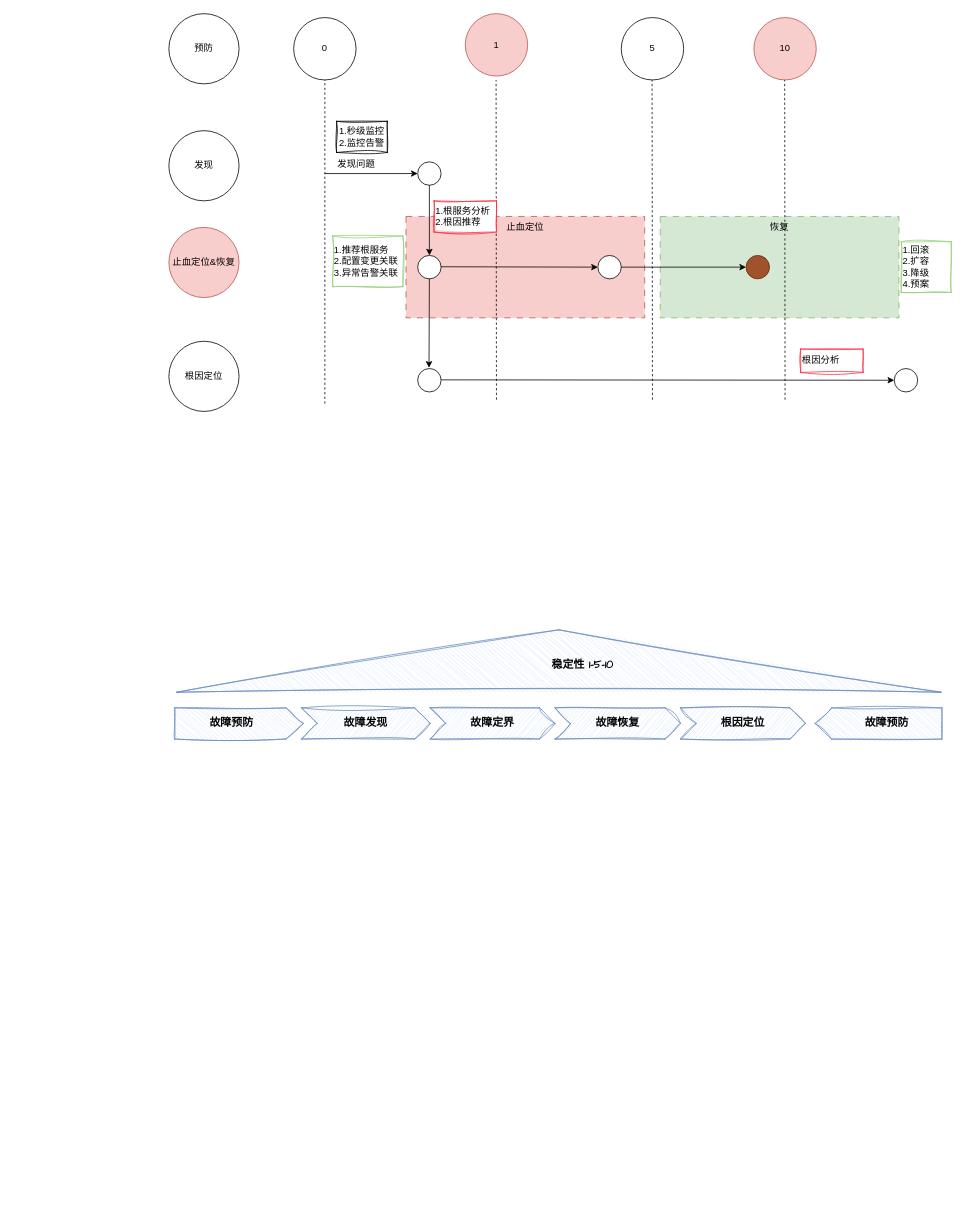
The draw.io diagram page "1-5-10" (1 of 5) of tech/arch/稳定性.drawio in zhuanzhuan-tech/arch-draw-io, before the edit. Source tidied: cells renumbered, new cells numbered last; positions are measured from the earlier drawing's top-left corner, leaving out a move shared by most shapes. Both pictures are drawn from the tidied source at 78%, with x=0, y=0 at pixel (168, 13).
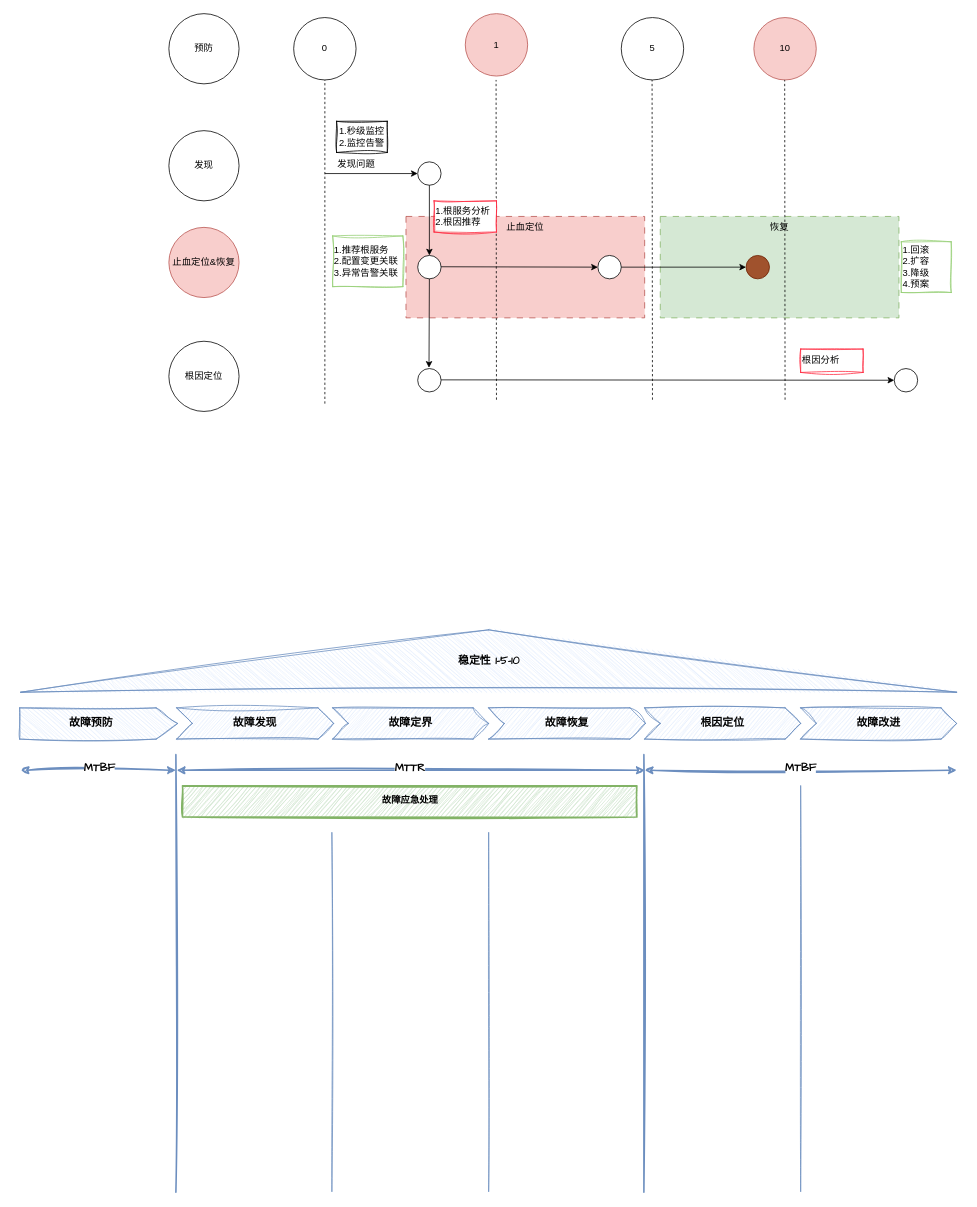
After the change.

Commit message:
更新稳定性.drawio

The edit, as a diff of the source:
```diff
@@
     <mxCell id="34" style="triangle;whiteSpace=wrap;html=1;sketch=1;hachureGap=4;jiggle=2;curveFitting=1;fontFamily=Architects Daughter;rotation=-90;fillColor=#dae8fc;strokeColor=#6c8ebf;textDirection=vertical-lr;" parent="1" vertex="1">
-      <mxGeometry x="460" y="340" width="80" height="980" as="geometry" />
+      <mxGeometry x="370" y="230" width="80" height="1200" as="geometry" />
     </mxCell>
     <mxCell id="35" value="稳定性 1-5-10" style="text;html=1;align=center;verticalAlign=middle;strokeColor=none;fillColor=none;fontFamily=Architects Daughter;fontStyle=1;fontSize=14;" parent="1" vertex="1">
-      <mxGeometry x="480" y="820" width="100" height="30" as="geometry" />
+      <mxGeometry x="360" y="815" width="100" height="30" as="geometry" />
     </mxCell>
     <mxCell id="36" value="&lt;font style=&quot;font-size: 14px;&quot;&gt;&lt;b&gt;故障发现&lt;/b&gt;&lt;/font&gt;" style="shape=step;perimeter=stepPerimeter;whiteSpace=wrap;html=1;fixedSize=1;sketch=1;hachureGap=4;jiggle=2;curveFitting=1;fontFamily=Architects Daughter;fillColor=#dae8fc;strokeColor=#6c8ebf;" parent="1" vertex="1">
-      <mxGeometry x="170" y="890" width="165" height="40" as="geometry" />
+      <mxGeometry x="10" y="890" width="201.2" height="40" as="geometry" />
     </mxCell>
     <mxCell id="37" value="&lt;font style=&quot;font-size: 14px;&quot;&gt;&lt;b&gt;故障定界&lt;/b&gt;&lt;/font&gt;" style="shape=step;perimeter=stepPerimeter;whiteSpace=wrap;html=1;fixedSize=1;sketch=1;hachureGap=4;jiggle=2;curveFitting=1;fontFamily=Architects Daughter;fillColor=#dae8fc;strokeColor=#6c8ebf;" parent="1" vertex="1">
-      <mxGeometry x="335" y="890" width="160" height="40" as="geometry" />
+      <mxGeometry x="210" y="890" width="200" height="40" as="geometry" />
     </mxCell>
     <mxCell id="38" value="&lt;font style=&quot;font-size: 14px;&quot;&gt;&lt;b&gt;故障恢复&lt;/b&gt;&lt;/font&gt;" style="shape=step;perimeter=stepPerimeter;whiteSpace=wrap;html=1;fixedSize=1;sketch=1;hachureGap=4;jiggle=2;curveFitting=1;fontFamily=Architects Daughter;fillColor=#dae8fc;strokeColor=#6c8ebf;" parent="1" vertex="1">
-      <mxGeometry x="495" y="890" width="161" height="40" as="geometry" />
+      <mxGeometry x="410" y="890" width="201" height="40" as="geometry" />
     </mxCell>
     <mxCell id="39" value="&lt;font style=&quot;font-size: 14px;&quot;&gt;&lt;b&gt;根因定位&lt;/b&gt;&lt;/font&gt;" style="shape=step;perimeter=stepPerimeter;whiteSpace=wrap;html=1;fixedSize=1;sketch=1;hachureGap=4;jiggle=2;curveFitting=1;fontFamily=Architects Daughter;fillColor=#dae8fc;strokeColor=#6c8ebf;" parent="1" vertex="1">
-      <mxGeometry x="656" y="890" width="160" height="40" as="geometry" />
+      <mxGeometry x="610" y="890" width="200" height="40" as="geometry" />
     </mxCell>
     <mxCell id="40" style="shape=offPageConnector;whiteSpace=wrap;html=1;sketch=1;hachureGap=4;jiggle=2;curveFitting=1;fontFamily=Architects Daughter;size=0.13636363636363635;rotation=-90;fillColor=#dae8fc;strokeColor=#6c8ebf;" parent="1" vertex="1">
-      <mxGeometry x="70" y="827.5" width="40" height="165" as="geometry" />
+      <mxGeometry x="-110" y="808.8" width="40" height="202.5" as="geometry" />
     </mxCell>
     <mxCell id="41" value="&lt;font style=&quot;font-size: 14px;&quot;&gt;&lt;b&gt;故障预防&lt;/b&gt;&lt;/font&gt;" style="text;html=1;align=center;verticalAlign=middle;strokeColor=none;fillColor=none;fontFamily=Architects Daughter;" parent="1" vertex="1">
-      <mxGeometry x="40" y="895" width="80" height="30" as="geometry" />
+      <mxGeometry x="-140" y="895" width="80" height="30" as="geometry" />
     </mxCell>
-    <mxCell id="42" style="shape=offPageConnector;whiteSpace=wrap;html=1;sketch=1;hachureGap=4;jiggle=2;curveFitting=1;fontFamily=Architects Daughter;size=0.13076923076923078;rotation=90;fillColor=#dae8fc;strokeColor=#6c8ebf;" parent="1" vertex="1">
-      <mxGeometry x="889.8" y="828.8" width="40" height="162.5" as="geometry" />
-    </mxCell>
-    <mxCell id="43" value="&lt;font style=&quot;font-size: 14px;&quot;&gt;&lt;b&gt;故障预防&lt;/b&gt;&lt;/font&gt;" style="text;html=1;align=center;verticalAlign=middle;strokeColor=none;fillColor=none;fontFamily=Architects Daughter;" parent="1" vertex="1">
-      <mxGeometry x="880" y="895" width="80" height="30" as="geometry" />
-    </mxCell>
+    <mxCell id="44" value="&lt;font style=&quot;font-size: 14px;&quot;&gt;&lt;b&gt;故障改进&lt;/b&gt;&lt;/font&gt;" style="shape=step;perimeter=stepPerimeter;whiteSpace=wrap;html=1;fixedSize=1;sketch=1;hachureGap=4;jiggle=2;curveFitting=1;fontFamily=Architects Daughter;fillColor=#dae8fc;strokeColor=#6c8ebf;" parent="1" vertex="1">
+      <mxGeometry x="810" y="890" width="200" height="40" as="geometry" />
+    </mxCell>
+    <mxCell id="45" style="endArrow=none;html=1;rounded=0;sketch=1;hachureGap=4;jiggle=2;curveFitting=1;fontFamily=Architects Daughter;fillColor=#dae8fc;strokeColor=#6c8ebf;strokeWidth=2;" parent="1" edge="1">
+      <mxGeometry relative="1" as="geometry">
+        <mxPoint x="9" y="1511" as="sourcePoint" />
+        <mxPoint x="9" y="950" as="targetPoint" />
+      </mxGeometry>
+    </mxCell>
+    <mxCell id="46" style="endArrow=none;html=1;rounded=0;sketch=1;hachureGap=4;jiggle=2;curveFitting=1;fontFamily=Architects Daughter;fillColor=#dae8fc;strokeColor=#6c8ebf;strokeWidth=2;" parent="1" edge="1">
+      <mxGeometry relative="1" as="geometry">
+        <mxPoint x="609" y="1511" as="sourcePoint" />
+        <mxPoint x="609" y="950" as="targetPoint" />
+      </mxGeometry>
+    </mxCell>
+    <mxCell id="47" style="endArrow=none;html=1;rounded=0;sketch=1;hachureGap=4;jiggle=2;curveFitting=1;fontFamily=Architects Daughter;fillColor=#dae8fc;strokeColor=#6c8ebf;strokeWidth=1;" parent="1" edge="1">
+      <mxGeometry relative="1" as="geometry">
+        <mxPoint x="209" y="1510" as="sourcePoint" />
+        <mxPoint x="209" y="1050" as="targetPoint" />
+      </mxGeometry>
+    </mxCell>
+    <mxCell id="48" style="endArrow=none;html=1;rounded=0;sketch=1;hachureGap=4;jiggle=2;curveFitting=1;fontFamily=Architects Daughter;fillColor=#dae8fc;strokeColor=#6c8ebf;strokeWidth=1;" parent="1" edge="1">
+      <mxGeometry relative="1" as="geometry">
+        <mxPoint x="410" y="1510" as="sourcePoint" />
+        <mxPoint x="410" y="1050" as="targetPoint" />
+      </mxGeometry>
+    </mxCell>
+    <mxCell id="49" style="endArrow=none;html=1;rounded=0;sketch=1;hachureGap=4;jiggle=2;curveFitting=1;fontFamily=Architects Daughter;fillColor=#dae8fc;strokeColor=#6c8ebf;strokeWidth=1;" parent="1" edge="1">
+      <mxGeometry relative="1" as="geometry">
+        <mxPoint x="810" y="1510" as="sourcePoint" />
+        <mxPoint x="810" y="990" as="targetPoint" />
+      </mxGeometry>
+    </mxCell>
+    <mxCell id="50" style="endArrow=classic;startArrow=classic;html=1;rounded=0;sketch=1;hachureGap=4;jiggle=2;curveFitting=1;fontFamily=Architects Daughter;strokeWidth=2;fillColor=#dae8fc;strokeColor=#6c8ebf;" parent="1" edge="1">
+      <mxGeometry relative="1" as="geometry">
+        <mxPoint x="-190" y="970" as="sourcePoint" />
+        <mxPoint x="9" y="970" as="targetPoint" />
+      </mxGeometry>
+    </mxCell>
+    <mxCell id="51" value="&lt;b&gt;&lt;font style=&quot;font-size: 14px;&quot;&gt;MTBF&lt;/font&gt;&lt;/b&gt;" style="edgeLabel;html=1;align=center;verticalAlign=middle;sketch=1;hachureGap=4;jiggle=2;curveFitting=1;fontFamily=Architects Daughter;" parent="50" vertex="1">
+      <mxGeometry x="-0.01" y="3" relative="1" as="geometry">
+        <mxPoint x="1" as="offset" />
+      </mxGeometry>
+    </mxCell>
+    <mxCell id="52" style="endArrow=classic;startArrow=classic;html=1;rounded=0;sketch=1;hachureGap=4;jiggle=2;curveFitting=1;fontFamily=Architects Daughter;strokeWidth=2;fillColor=#dae8fc;strokeColor=#6c8ebf;" parent="1" edge="1">
+      <mxGeometry relative="1" as="geometry">
+        <mxPoint x="10" y="970" as="sourcePoint" />
+        <mxPoint x="610" y="970" as="targetPoint" />
+      </mxGeometry>
+    </mxCell>
+    <mxCell id="53" value="&lt;span style=&quot;font-size: 14px;&quot;&gt;&lt;b&gt;MTTR&lt;/b&gt;&lt;/span&gt;" style="edgeLabel;html=1;align=center;verticalAlign=middle;sketch=1;hachureGap=4;jiggle=2;curveFitting=1;fontFamily=Architects Daughter;" parent="52" vertex="1">
+      <mxGeometry x="-0.01" y="3" relative="1" as="geometry">
+        <mxPoint x="1" as="offset" />
+      </mxGeometry>
+    </mxCell>
+    <mxCell id="54" style="endArrow=classic;startArrow=classic;html=1;rounded=0;sketch=1;hachureGap=4;jiggle=2;curveFitting=1;fontFamily=Architects Daughter;strokeWidth=2;fillColor=#dae8fc;strokeColor=#6c8ebf;" parent="1" edge="1">
+      <mxGeometry relative="1" as="geometry">
+        <mxPoint x="610" y="970" as="sourcePoint" />
+        <mxPoint x="1010" y="970" as="targetPoint" />
+      </mxGeometry>
+    </mxCell>
+    <mxCell id="55" value="&lt;b&gt;&lt;font style=&quot;font-size: 14px;&quot;&gt;MTBF&lt;/font&gt;&lt;/b&gt;" style="edgeLabel;html=1;align=center;verticalAlign=middle;sketch=1;hachureGap=4;jiggle=2;curveFitting=1;fontFamily=Architects Daughter;" parent="54" vertex="1">
+      <mxGeometry x="-0.01" y="3" relative="1" as="geometry">
+        <mxPoint x="1" as="offset" />
+      </mxGeometry>
+    </mxCell>
+    <mxCell id="56" value="&lt;b&gt;故障应急处理&lt;/b&gt;" style="rounded=0;whiteSpace=wrap;html=1;sketch=1;hachureGap=4;jiggle=2;curveFitting=1;fontFamily=Architects Daughter;fillColor=#d5e8d4;strokeWidth=2;strokeColor=#82b366;" parent="1" vertex="1">
+      <mxGeometry x="17.5" y="990" width="582.5" height="40" as="geometry" />
+    </mxCell>
```
